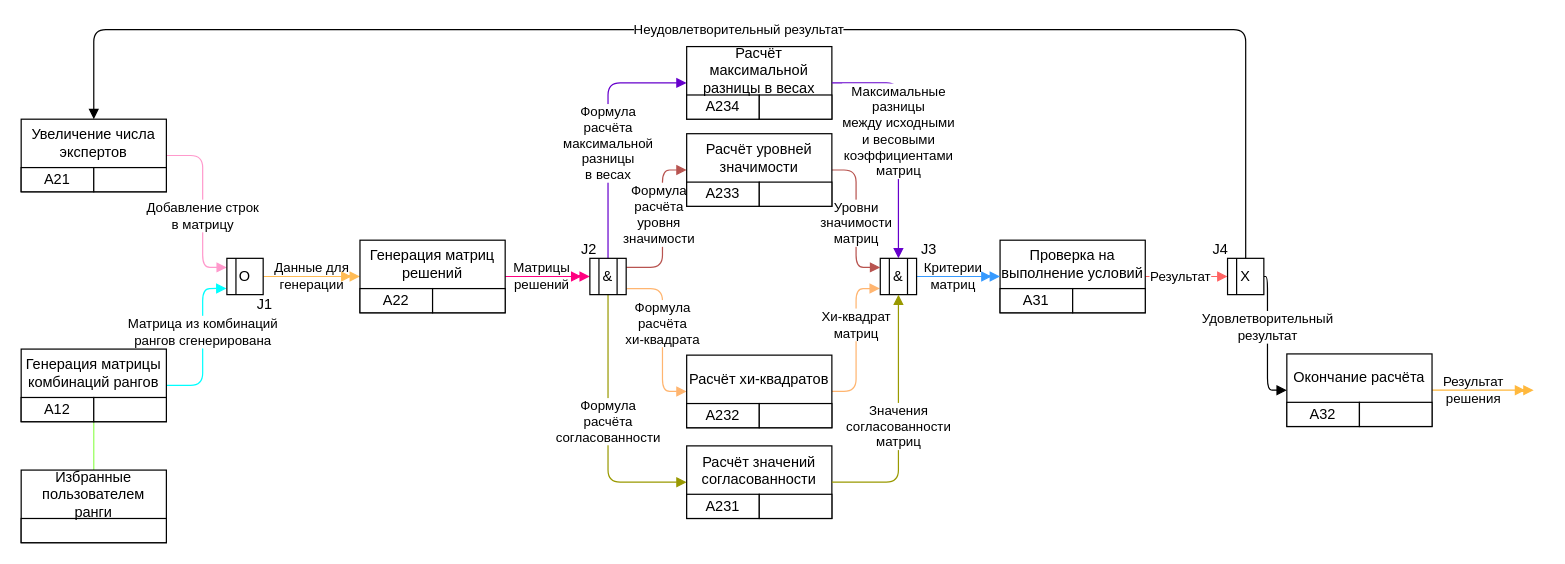
Earlier version of the draw.io diagram draw_io/IDEF3.drawio (Dimj1k/Works). Source tidied: cells renumbered, new cells numbered last; positions are measured from the earlier drawing's top-left corner, leaving out a move shared by most shapes. Both pictures are drawn from the tidied source at 121%, with x=0, y=0 at pixel (21, 29).
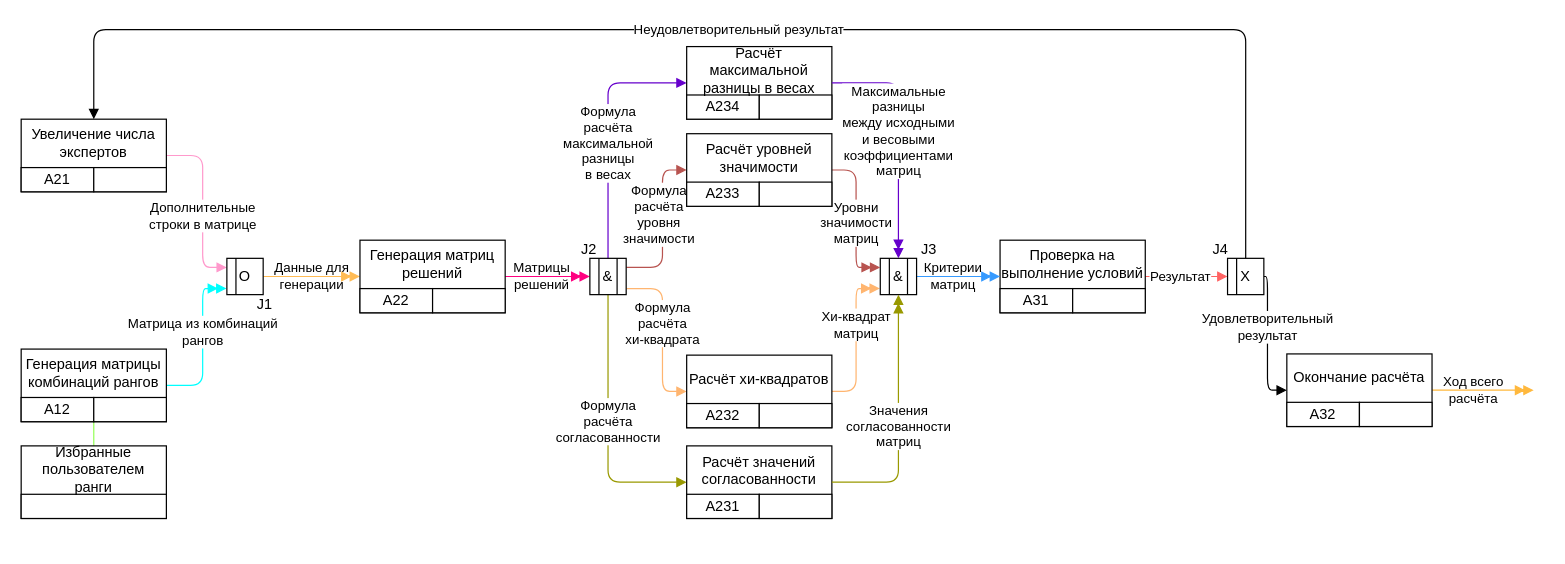
The same diagram, later.

Unchanged cells that the change refers to:
```xml
<mxCell id="21" value="Увеличение числа экспертов" style="text;html=1;strokeColor=none;fillColor=none;align=center;verticalAlign=middle;whiteSpace=wrap;rounded=0;" parent="16" vertex="1">
  <mxGeometry width="120" height="40" as="geometry" />
</mxCell>
<mxCell id="22" value="O" style="rounded=0;whiteSpace=wrap;html=1;" parent="1" vertex="1">
  <mxGeometry x="170" y="189" width="30" height="30" as="geometry" />
</mxCell>
<mxCell id="28" value="Генерация матрицы комбинаций рангов" style="text;html=1;strokeColor=none;fillColor=none;align=center;verticalAlign=middle;whiteSpace=wrap;rounded=0;" parent="23" vertex="1">
  <mxGeometry width="120" height="40" as="geometry" />
</mxCell>
<mxCell id="45" value="Окончание расчёта" style="text;html=1;strokeColor=none;fillColor=none;align=center;verticalAlign=middle;whiteSpace=wrap;rounded=0;" parent="40" vertex="1">
  <mxGeometry width="120" height="40" as="geometry" />
</mxCell>
<mxCell id="58" value="Расчёт значений согласованности" style="rounded=0;whiteSpace=wrap;html=1;verticalAlign=top;" parent="57" vertex="1">
  <mxGeometry width="120" height="60" as="geometry" />
</mxCell>
<mxCell id="63" value="&amp;amp;" style="rounded=0;whiteSpace=wrap;html=1;" parent="1" vertex="1">
  <mxGeometry x="710" y="189" width="30" height="30" as="geometry" />
</mxCell>
<mxCell id="75" value="Расчёт хи-квадратов" style="text;html=1;strokeColor=none;fillColor=none;align=center;verticalAlign=middle;whiteSpace=wrap;rounded=0;" parent="70" vertex="1">
  <mxGeometry width="120" height="40" as="geometry" />
</mxCell>
<mxCell id="81" value="Расчёт максимальной разницы в весах" style="text;html=1;strokeColor=none;fillColor=none;align=center;verticalAlign=middle;whiteSpace=wrap;rounded=0;" parent="76" vertex="1">
  <mxGeometry width="120" height="40" as="geometry" />
</mxCell>
<mxCell id="89" value="Расчёт уровней&lt;br&gt;значимости" style="text;html=1;strokeColor=none;fillColor=none;align=center;verticalAlign=middle;whiteSpace=wrap;rounded=0;" parent="85" vertex="1">
  <mxGeometry width="120" height="40" as="geometry" />
</mxCell>
```

Change to the diagram source:
```diff
@@
-    <mxCell id="2" value="Результат&lt;br&gt;решения" style="edgeStyle=orthogonalEdgeStyle;rounded=0;jettySize=auto;html=1;endArrow=doubleBlock;endFill=1;strokeColor=#FFB83D;exitX=1;exitY=0.75;exitDx=0;exitDy=0;labelBackgroundColor=none;" parent="1" edge="1" source="45">
-      <mxGeometry x="0.51" relative="1" as="geometry">
+    <mxCell id="2" value="&lt;div&gt;Ход&amp;nbsp;&lt;span style=&quot;background-color: initial;&quot;&gt;всего&lt;/span&gt;&lt;/div&gt;&lt;div&gt;&lt;span style=&quot;background-color: initial;&quot;&gt;расчёта&lt;/span&gt;&lt;/div&gt;" style="rounded=0;jettySize=auto;html=1;endArrow=doubleBlock;endFill=1;strokeColor=#FFB83D;exitX=1;exitY=0.75;exitDx=0;exitDy=0;labelBackgroundColor=none;" parent="1" edge="1" source="45">
+      <mxGeometry x="-0.2" relative="1" as="geometry">
         <mxPoint x="1250" y="298" as="targetPoint" />
-        <Array as="points">
-          <mxPoint x="1106" y="298" />
-        </Array>
       </mxGeometry>
     </mxCell>
-    <mxCell id="3" value="Хи-квадрат&lt;br&gt;матриц" style="edgeStyle=orthogonalEdgeStyle;rounded=1;jettySize=auto;html=1;exitX=1;exitY=0.75;exitDx=0;exitDy=0;endArrow=block;endFill=1;strokeColor=#FFB570;entryX=-0.011;entryY=0.833;entryDx=0;entryDy=0;entryPerimeter=0;" parent="1" edge="1" source="75" target="63">
+    <mxCell id="3" value="Хи-квадрат&lt;br&gt;матриц" style="edgeStyle=orthogonalEdgeStyle;rounded=1;jettySize=auto;html=1;exitX=1;exitY=0.75;exitDx=0;exitDy=0;endArrow=doubleBlock;endFill=1;strokeColor=#FFB570;entryX=-0.011;entryY=0.833;entryDx=0;entryDy=0;entryPerimeter=0;" parent="1" edge="1" source="75" target="63">
       <mxGeometry x="0.2" relative="1" as="geometry">
         <Array as="points">
           <mxPoint x="690" y="299" />
           <mxPoint x="690" y="214" />
         </Array>
       </mxGeometry>
     </mxCell>
@@
-    <mxCell id="7" value="Добавление строк&lt;br style=&quot;font-size: 11px;&quot;&gt;в матрицу" style="edgeStyle=orthogonalEdgeStyle;rounded=1;jettySize=auto;html=1;exitX=1;exitY=0.75;exitDx=0;exitDy=0;entryX=0;entryY=0.25;entryDx=0;entryDy=0;strokeColor=#FF99CC;endArrow=block;endFill=1;fontSize=11;" parent="1" edge="1" source="21" target="22">
+    <mxCell id="7" value="&lt;span style=&quot;line-height: 107%; font-family: Calibri, sans-serif;&quot;&gt;&lt;font style=&quot;font-size: 11px;&quot;&gt;Дополнительные&lt;br/&gt;строки в матрице&lt;/font&gt;&lt;/span&gt;" style="edgeStyle=orthogonalEdgeStyle;rounded=1;jettySize=auto;html=1;exitX=1;exitY=0.75;exitDx=0;exitDy=0;entryX=0;entryY=0.25;entryDx=0;entryDy=0;strokeColor=#FF99CC;endArrow=block;endFill=1;fontSize=11;" parent="1" edge="1" source="21" target="22">
       <mxGeometry x="0.12" relative="1" as="geometry">
         <Array as="points">
           <mxPoint x="150" y="104" />
           <mxPoint x="150" y="197" />
           <mxPoint x="170" y="197" />
         </Array>
       </mxGeometry>
     </mxCell>
@@
-    <mxCell id="9" value="&lt;div style=&quot;font-size: 11px;&quot;&gt;Матрица из комбинаций&lt;/div&gt;&lt;div style=&quot;font-size: 11px;&quot;&gt;рангов сгенерирована&lt;/div&gt;" style="endArrow=block;html=1;rounded=1;exitX=1;exitY=0.75;exitDx=0;exitDy=0;entryX=-0.01;entryY=0.828;entryDx=0;entryDy=0;endFill=1;strokeColor=#00FFFF;fontSize=11;entryPerimeter=0;" parent="1" edge="1" source="28" target="22">
+    <mxCell id="9" value="&lt;div style=&quot;font-size: 11px;&quot;&gt;Матрица из комбинаций&lt;/div&gt;&lt;div style=&quot;font-size: 11px;&quot;&gt;рангов&lt;/div&gt;" style="endArrow=doubleBlock;html=1;rounded=1;exitX=1;exitY=0.75;exitDx=0;exitDy=0;entryX=-0.01;entryY=0.828;entryDx=0;entryDy=0;endFill=1;strokeColor=#00FFFF;fontSize=11;entryPerimeter=0;" parent="1" edge="1" source="28" target="22">
       <mxGeometry x="0.14" relative="1" as="geometry">
         <Array as="points">
           <mxPoint x="150" y="294" />
           <mxPoint x="150" y="214" />
         </Array>
       </mxGeometry>
     </mxCell>
@@
     <mxCell id="53" style="group;" parent="1" vertex="1">
-      <mxGeometry y="364" width="120" height="60" as="geometry" />
+      <mxGeometry y="344" width="120" height="60" as="geometry" />
     </mxCell>
@@
-    <mxCell id="65" value="Значения&lt;br&gt;согласованности&lt;br&gt;матриц" style="edgeStyle=orthogonalEdgeStyle;rounded=1;jettySize=auto;html=1;exitX=1;exitY=0.5;exitDx=0;exitDy=0;entryX=0.5;entryY=1;entryDx=0;entryDy=0;strokeColor=#999900;endArrow=block;endFill=1;" parent="1" edge="1" source="58" target="63">
+    <mxCell id="65" value="Значения&lt;br&gt;согласованности&lt;br&gt;матриц" style="edgeStyle=orthogonalEdgeStyle;rounded=1;jettySize=auto;html=1;exitX=1;exitY=0.5;exitDx=0;exitDy=0;entryX=0.5;entryY=1;entryDx=0;entryDy=0;strokeColor=#999900;endArrow=doubleBlock;endFill=1;" parent="1" edge="1" source="58" target="63">
       <mxGeometry x="-0.04" relative="1" as="geometry">
         <Array as="points">
           <mxPoint x="725" y="374" />
         </Array>
       </mxGeometry>
     </mxCell>
@@
-    <mxCell id="82" value="Максимальные&lt;br&gt;разницы&lt;br&gt;между исходными&lt;br&gt;и&amp;nbsp;весовыми&lt;br&gt;коэффициентами&lt;div&gt;матриц&lt;/div&gt;" style="edgeStyle=orthogonalEdgeStyle;rounded=1;jettySize=auto;html=1;exitX=1;exitY=0.75;exitDx=0;exitDy=0;entryX=0.5;entryY=0;entryDx=0;entryDy=0;strokeColor=#6600CC;endArrow=block;endFill=1;" parent="1" edge="1" source="81" target="63">
+    <mxCell id="82" value="Максимальные&lt;br&gt;разницы&lt;br&gt;между исходными&lt;br&gt;и&amp;nbsp;весовыми&lt;br&gt;коэффициентами&lt;div&gt;матриц&lt;/div&gt;" style="edgeStyle=orthogonalEdgeStyle;rounded=1;jettySize=auto;html=1;exitX=1;exitY=0.75;exitDx=0;exitDy=0;entryX=0.5;entryY=0;entryDx=0;entryDy=0;strokeColor=#6600CC;endArrow=doubleBlock;endFill=1;" parent="1" edge="1" source="81" target="63">
       <mxGeometry x="-0.05" relative="1" as="geometry" />
     </mxCell>
@@
-    <mxCell id="84" value="Уровни&lt;br&gt;значимости&lt;br&gt;матриц" style="edgeStyle=orthogonalEdgeStyle;rounded=1;jettySize=auto;html=1;exitX=1;exitY=0.75;exitDx=0;exitDy=0;entryX=0;entryY=0.25;entryDx=0;entryDy=0;strokeColor=#B85450;endArrow=block;endFill=1;labelBackgroundColor=default;" parent="1" edge="1" source="89" target="63">
+    <mxCell id="84" value="Уровни&lt;br&gt;значимости&lt;br&gt;матриц" style="edgeStyle=orthogonalEdgeStyle;rounded=1;jettySize=auto;html=1;exitX=1;exitY=0.75;exitDx=0;exitDy=0;entryX=0;entryY=0.25;entryDx=0;entryDy=0;strokeColor=#B85450;endArrow=doubleBlock;endFill=1;labelBackgroundColor=default;" parent="1" edge="1" source="89" target="63">
       <mxGeometry x="0.07" relative="1" as="geometry" />
     </mxCell>
```
